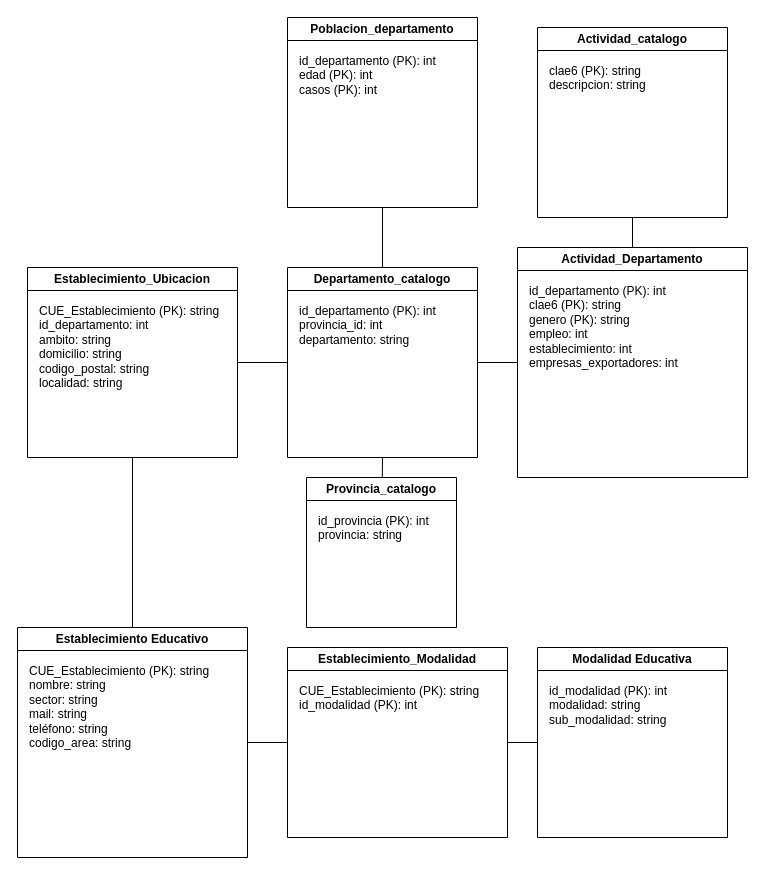
FrancoCabrera4/TP_LABO_DATOS keeps this draw.io diagram as DER.drawio. Above is the earlier version. Source tidied: cells renumbered, new cells numbered last; positions are measured from the earlier drawing's top-left corner, leaving out a move shared by most shapes. Both pictures are drawn from the tidied source at 100%, with x=0, y=0 at pixel (17, 17).
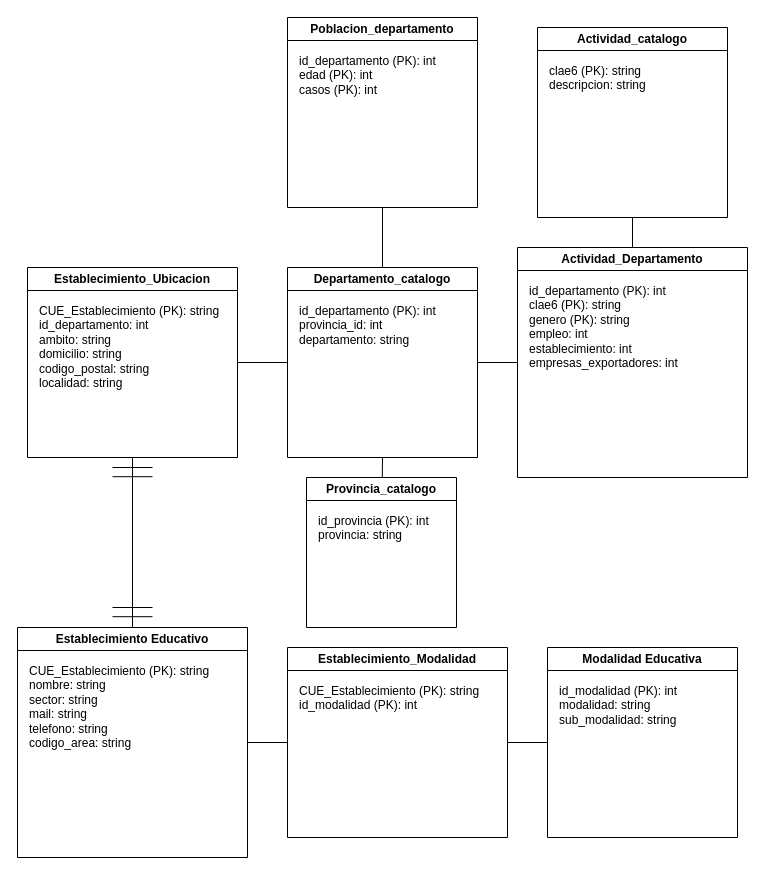
The same diagram, later.

Diff of the diagram source:
```diff
@@
-    <mxCell id="3" value="CUE_Establecimiento (PK): string&lt;div&gt;&lt;div&gt;nombre: string&lt;/div&gt;&lt;div&gt;sector: string&lt;/div&gt;&lt;div&gt;mail: string&lt;/div&gt;&lt;/div&gt;&lt;div&gt;teléfono: string&lt;/div&gt;&lt;div&gt;&lt;div&gt;codigo_area: string&lt;/div&gt;&lt;/div&gt;&lt;div&gt;&lt;br&gt;&lt;/div&gt;" style="text;html=1;align=left;verticalAlign=top;whiteSpace=wrap;rounded=0;" parent="1" vertex="1">
+    <mxCell id="3" value="CUE_Establecimiento (PK): string&lt;div&gt;&lt;div&gt;nombre: string&lt;/div&gt;&lt;div&gt;sector: string&lt;/div&gt;&lt;div&gt;mail: string&lt;/div&gt;&lt;/div&gt;&lt;div&gt;telefono: string&lt;/div&gt;&lt;div&gt;&lt;div&gt;codigo_area: string&lt;/div&gt;&lt;/div&gt;&lt;div&gt;&lt;br&gt;&lt;/div&gt;" style="text;html=1;align=left;verticalAlign=top;whiteSpace=wrap;rounded=0;" parent="1" vertex="1">
       <mxGeometry x="10" y="640" width="210" height="190" as="geometry" />
     </mxCell>
     <mxCell id="4" value="Modalidad Educativa" style="swimlane;whiteSpace=wrap;html=1;" parent="1" vertex="1">
-      <mxGeometry x="520" y="630" width="190" height="190" as="geometry" />
+      <mxGeometry x="530" y="630" width="190" height="190" as="geometry" />
     </mxCell>
@@
+    <mxCell id="28" style="endArrow=none;html=1;rounded=0;" parent="1" edge="1">
+      <mxGeometry relative="1" as="geometry">
+        <mxPoint x="135" y="450" as="sourcePoint" />
+        <mxPoint x="95" y="450" as="targetPoint" />
+      </mxGeometry>
+    </mxCell>
+    <mxCell id="29" style="endArrow=none;html=1;rounded=0;" parent="1" edge="1">
+      <mxGeometry relative="1" as="geometry">
+        <mxPoint x="95" y="459.2" as="sourcePoint" />
+        <mxPoint x="135" y="459.2" as="targetPoint" />
+      </mxGeometry>
+    </mxCell>
+    <mxCell id="30" style="endArrow=none;html=1;rounded=0;" parent="1" edge="1">
+      <mxGeometry relative="1" as="geometry">
+        <mxPoint x="135" y="590" as="sourcePoint" />
+        <mxPoint x="95" y="590" as="targetPoint" />
+      </mxGeometry>
+    </mxCell>
+    <mxCell id="31" style="endArrow=none;html=1;rounded=0;" parent="1" edge="1">
+      <mxGeometry relative="1" as="geometry">
+        <mxPoint x="95" y="599.2" as="sourcePoint" />
+        <mxPoint x="135" y="599.2" as="targetPoint" />
+      </mxGeometry>
+    </mxCell>
```
